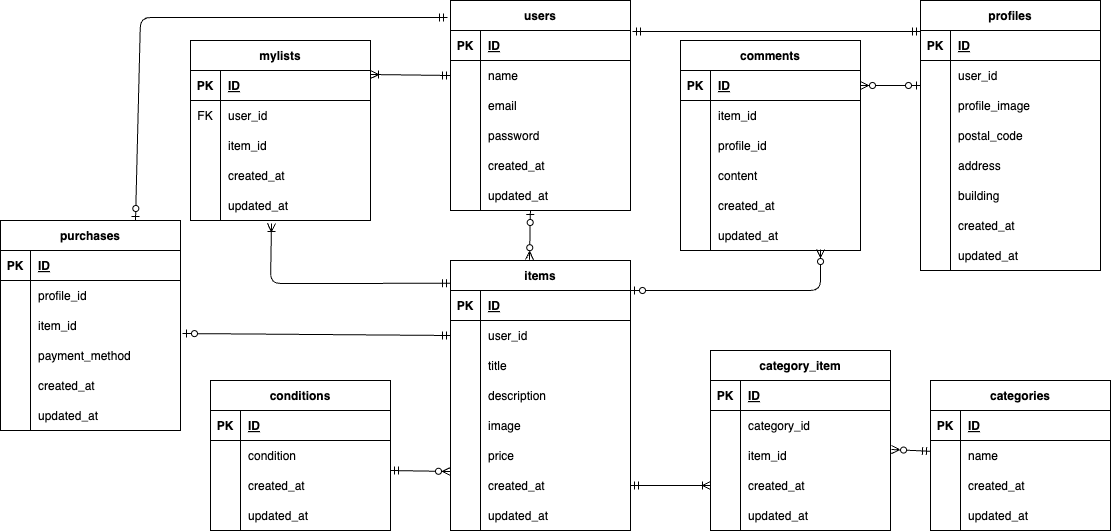
This is marketplace-app.drawio.png from saaya0401/marketplace-app, a draw.io export, as it was before one commit. Source tidied: cells renumbered, new cells last; positions are measured from the earlier drawing's top-left corner, leaving out a move shared by most shapes.
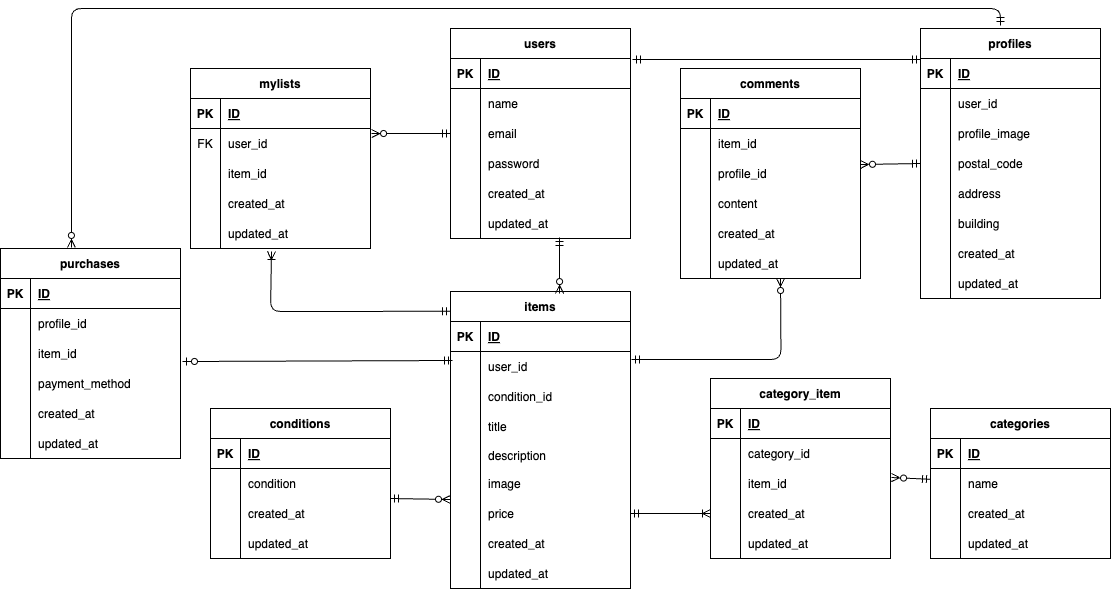
The same file after the commit.

What changed in the source:
```diff
@@ -183,7 +183,7 @@
       <mxGeometry x="30" width="150" height="30" as="geometry" />
     </mxCell>
     <mxCell id="62" value="items" style="shape=table;startSize=30;rowLines=0;fontStyle=1;align=center;" parent="1" vertex="1">
-      <mxGeometry x="450" y="260" width="180" height="270" as="geometry" />
+      <mxGeometry x="450" y="263" width="180" height="297" as="geometry" />
     </mxCell>
     <mxCell id="63" style="shape=tableRow;horizontal=0;startSize=0;swimlaneHead=0;swimlaneBody=0;fillColor=none;top=0;left=0;right=0;bottom=1;" parent="62" vertex="1">
       <mxGeometry y="30" width="180" height="30" as="geometry" />
@@ -209,7 +209,7 @@
     <mxCell id="70" style="shape=partialRectangle;fillColor=none;top=0;left=0;bottom=0;right=0;overflow=hidden;" parent="69" vertex="1">
       <mxGeometry width="30" height="30" as="geometry" />
     </mxCell>
-    <mxCell id="71" value="title" style="shape=partialRectangle;fillColor=none;top=0;left=0;bottom=0;right=0;align=left;spacingLeft=6;overflow=hidden;" parent="69" vertex="1">
+    <mxCell id="71" value="condition_id" style="shape=partialRectangle;fillColor=none;top=0;left=0;bottom=0;right=0;align=left;spacingLeft=6;overflow=hidden;" parent="69" vertex="1">
       <mxGeometry x="30" width="150" height="30" as="geometry" />
     </mxCell>
     <mxCell id="72" style="shape=tableRow;horizontal=0;startSize=0;swimlaneHead=0;swimlaneBody=0;fillColor=none;top=0;left=0;right=0;bottom=0;" parent="62" vertex="1">
@@ -218,45 +218,54 @@
     <mxCell id="73" style="shape=partialRectangle;fillColor=none;top=0;left=0;bottom=0;right=0;overflow=hidden;" parent="72" vertex="1">
       <mxGeometry width="30" height="30" as="geometry" />
     </mxCell>
-    <mxCell id="74" value="description" style="shape=partialRectangle;fillColor=none;top=0;left=0;bottom=0;right=0;align=left;spacingLeft=6;overflow=hidden;" parent="72" vertex="1">
+    <mxCell id="74" value="title" style="shape=partialRectangle;fillColor=none;top=0;left=0;bottom=0;right=0;align=left;spacingLeft=6;overflow=hidden;" parent="72" vertex="1">
       <mxGeometry x="30" width="150" height="30" as="geometry" />
     </mxCell>
     <mxCell id="75" style="shape=tableRow;horizontal=0;startSize=0;swimlaneHead=0;swimlaneBody=0;fillColor=none;top=0;left=0;right=0;bottom=0;" parent="62" vertex="1">
-      <mxGeometry y="150" width="180" height="30" as="geometry" />
+      <mxGeometry y="150" width="180" height="27" as="geometry" />
     </mxCell>
     <mxCell id="76" style="shape=partialRectangle;fillColor=none;top=0;left=0;bottom=0;right=0;overflow=hidden;" parent="75" vertex="1">
-      <mxGeometry width="30" height="30" as="geometry" />
+      <mxGeometry width="30" height="27" as="geometry" />
     </mxCell>
-    <mxCell id="77" value="image" style="shape=partialRectangle;fillColor=none;top=0;left=0;bottom=0;right=0;align=left;spacingLeft=6;overflow=hidden;" parent="75" vertex="1">
-      <mxGeometry x="30" width="150" height="30" as="geometry" />
+    <mxCell id="77" value="description" style="shape=partialRectangle;fillColor=none;top=0;left=0;bottom=0;right=0;align=left;spacingLeft=6;overflow=hidden;" parent="75" vertex="1">
+      <mxGeometry x="30" width="150" height="27" as="geometry" />
     </mxCell>
     <mxCell id="78" style="shape=tableRow;horizontal=0;startSize=0;swimlaneHead=0;swimlaneBody=0;fillColor=none;top=0;left=0;right=0;bottom=0;" parent="62" vertex="1">
-      <mxGeometry y="180" width="180" height="30" as="geometry" />
+      <mxGeometry y="177" width="180" height="30" as="geometry" />
     </mxCell>
     <mxCell id="79" style="shape=partialRectangle;fillColor=none;top=0;left=0;bottom=0;right=0;overflow=hidden;" parent="78" vertex="1">
       <mxGeometry width="30" height="30" as="geometry" />
     </mxCell>
-    <mxCell id="80" value="price" style="shape=partialRectangle;fillColor=none;top=0;left=0;bottom=0;right=0;align=left;spacingLeft=6;overflow=hidden;" parent="78" vertex="1">
+    <mxCell id="80" value="image" style="shape=partialRectangle;fillColor=none;top=0;left=0;bottom=0;right=0;align=left;spacingLeft=6;overflow=hidden;" parent="78" vertex="1">
       <mxGeometry x="30" width="150" height="30" as="geometry" />
     </mxCell>
     <mxCell id="81" style="shape=tableRow;horizontal=0;startSize=0;swimlaneHead=0;swimlaneBody=0;fillColor=none;points=[[0,0.5],[1,0.5]];portConstraint=eastwest;top=0;left=0;right=0;bottom=0;" parent="62" vertex="1">
-      <mxGeometry y="210" width="180" height="30" as="geometry" />
+      <mxGeometry y="207" width="180" height="30" as="geometry" />
     </mxCell>
     <mxCell id="82" style="shape=partialRectangle;fillColor=none;top=0;left=0;bottom=0;right=0;overflow=hidden;" parent="81" vertex="1">
       <mxGeometry width="30" height="30" as="geometry" />
     </mxCell>
-    <mxCell id="83" value="created_at" style="shape=partialRectangle;fillColor=none;top=0;left=0;bottom=0;right=0;align=left;spacingLeft=6;overflow=hidden;" parent="81" vertex="1">
+    <mxCell id="83" value="price" style="shape=partialRectangle;fillColor=none;top=0;left=0;bottom=0;right=0;align=left;spacingLeft=6;overflow=hidden;" parent="81" vertex="1">
       <mxGeometry x="30" width="150" height="30" as="geometry" />
     </mxCell>
     <mxCell id="84" style="shape=tableRow;horizontal=0;startSize=0;swimlaneHead=0;swimlaneBody=0;fillColor=none;top=0;left=0;right=0;bottom=0;" parent="62" vertex="1">
-      <mxGeometry y="240" width="180" height="30" as="geometry" />
+      <mxGeometry y="237" width="180" height="30" as="geometry" />
     </mxCell>
     <mxCell id="85" style="shape=partialRectangle;fillColor=none;top=0;left=0;bottom=0;right=0;overflow=hidden;" parent="84" vertex="1">
       <mxGeometry width="30" height="30" as="geometry" />
     </mxCell>
-    <mxCell id="86" value="updated_at" style="shape=partialRectangle;fillColor=none;top=0;left=0;bottom=0;right=0;align=left;spacingLeft=6;overflow=hidden;" parent="84" vertex="1">
+    <mxCell id="86" style="shape=partialRectangle;fillColor=none;top=0;left=0;bottom=0;right=0;align=left;spacingLeft=6;overflow=hidden;" parent="84" vertex="1">
       <mxGeometry x="30" width="150" height="30" as="geometry" />
     </mxCell>
+    <mxCell id="178" style="shape=tableRow;horizontal=0;startSize=0;swimlaneHead=0;swimlaneBody=0;fillColor=none;top=0;left=0;right=0;bottom=0;" parent="62" vertex="1">
+      <mxGeometry y="267" width="180" height="30" as="geometry" />
+    </mxCell>
+    <mxCell id="179" style="shape=partialRectangle;fillColor=none;top=0;left=0;bottom=0;right=0;overflow=hidden;" parent="178" vertex="1">
+      <mxGeometry width="30" height="30" as="geometry" />
+    </mxCell>
+    <mxCell id="180" value="updated_at" style="shape=partialRectangle;fillColor=none;top=0;left=0;bottom=0;right=0;align=left;spacingLeft=6;overflow=hidden;" parent="178" vertex="1">
+      <mxGeometry x="30" width="150" height="30" as="geometry" />
+    </mxCell>
     <mxCell id="87" value="comments" style="shape=table;startSize=30;rowLines=0;fontStyle=1;align=center;" parent="1" vertex="1">
       <mxGeometry x="680" y="40" width="180" height="210" as="geometry" />
     </mxCell>
@@ -458,15 +467,6 @@
     <mxCell id="153" value="updated_at" style="shape=partialRectangle;fillColor=none;top=0;left=0;bottom=0;right=0;align=left;spacingLeft=6;overflow=hidden;" parent="151" vertex="1">
       <mxGeometry x="30" width="150" height="30" as="geometry" />
     </mxCell>
-    <mxCell id="154" style="fontSize=12;html=1;endArrow=ERzeroToMany;startArrow=ERzeroToOne;exitX=0;exitY=0.833;exitDx=0;exitDy=0;entryX=1;entryY=0.5;entryDx=0;entryDy=0;exitPerimeter=0;" parent="1" edge="1" source="41" target="88">
-      <mxGeometry relative="1" as="geometry" />
-    </mxCell>
-    <mxCell id="155" style="fontSize=12;html=1;endArrow=ERzeroToMany;startArrow=ERzeroToOne;exitX=0.444;exitY=1;exitDx=0;exitDy=0;exitPerimeter=0;entryX=0.439;entryY=-0.003;entryDx=0;entryDy=0;entryPerimeter=0;" parent="1" edge="1" source="18" target="62">
-      <mxGeometry relative="1" as="geometry" />
-    </mxCell>
-    <mxCell id="156" style="fontSize=12;html=1;endArrow=ERoneToMany;startArrow=ERmandOne;exitX=0;exitY=0.5;exitDx=0;exitDy=0;entryX=1;entryY=0.133;entryDx=0;entryDy=0;entryPerimeter=0;" parent="1" edge="1" source="6" target="22">
-      <mxGeometry relative="1" as="geometry" />
-    </mxCell>
     <mxCell id="157" style="fontSize=12;html=1;endArrow=ERoneToMany;startArrow=ERmandOne;entryX=0;entryY=0.5;entryDx=0;entryDy=0;exitX=1;exitY=0.5;exitDx=0;exitDy=0;" parent="1" edge="1" source="81" target="129">
       <mxGeometry relative="1" as="geometry">
         <Array as="points">
@@ -477,24 +477,9 @@
     <mxCell id="158" style="fontSize=12;html=1;endArrow=ERzeroToMany;startArrow=ERmandOne;entryX=1.006;entryY=0.3;entryDx=0;entryDy=0;entryPerimeter=0;" parent="1" edge="1" source="110" target="126">
       <mxGeometry relative="1" as="geometry" />
     </mxCell>
-    <mxCell id="159" style="fontSize=12;html=1;endArrow=ERzeroToMany;startArrow=ERzeroToOne;entryX=0.778;entryY=0.967;entryDx=0;entryDy=0;entryPerimeter=0;" parent="1" edge="1" target="103">
-      <mxGeometry relative="1" as="geometry">
-        <mxPoint x="630" y="290" as="sourcePoint" />
-        <Array as="points">
-          <mxPoint x="820" y="290" />
-        </Array>
-      </mxGeometry>
-    </mxCell>
-    <mxCell id="160" style="fontSize=12;html=1;endArrow=ERzeroToOne;startArrow=ERmandOne;entryX=1.011;entryY=0.767;entryDx=0;entryDy=0;entryPerimeter=0;exitX=0;exitY=0.5;exitDx=0;exitDy=0;" parent="1" edge="1" source="66" target="142">
+    <mxCell id="160" style="fontSize=12;html=1;endArrow=ERzeroToOne;startArrow=ERmandOne;entryX=1.011;entryY=0.767;entryDx=0;entryDy=0;entryPerimeter=0;exitX=0.011;exitY=0.3;exitDx=0;exitDy=0;exitPerimeter=0;" parent="1" edge="1" source="66" target="142">
       <mxGeometry relative="1" as="geometry" />
     </mxCell>
-    <mxCell id="161" style="fontSize=12;html=1;endArrow=ERzeroToOne;startArrow=ERmandOne;exitX=-0.017;exitY=0.081;exitDx=0;exitDy=0;exitPerimeter=0;entryX=0.75;entryY=0;entryDx=0;entryDy=0;" parent="1" edge="1" source="2" target="135">
-      <mxGeometry relative="1" as="geometry">
-        <Array as="points">
-          <mxPoint x="140" y="17" />
-        </Array>
-      </mxGeometry>
-    </mxCell>
     <mxCell id="162" style="fontSize=12;html=1;endArrow=ERoneToMany;startArrow=ERmandOne;entryX=0.45;entryY=1.1;entryDx=0;entryDy=0;entryPerimeter=0;" parent="1" edge="1" target="34">
       <mxGeometry relative="1" as="geometry">
         <mxPoint x="450" y="282.8" as="sourcePoint" />
@@ -548,5 +533,30 @@
     <mxCell id="177" style="fontSize=12;html=1;endArrow=ERzeroToMany;startArrow=ERmandOne;entryX=0;entryY=0.033;entryDx=0;entryDy=0;entryPerimeter=0;exitX=1;exitY=0;exitDx=0;exitDy=0;exitPerimeter=0;" parent="1" edge="1" source="171" target="81">
       <mxGeometry relative="1" as="geometry" />
     </mxCell>
+    <mxCell id="181" value="created_at" style="shape=partialRectangle;fillColor=none;top=0;left=0;bottom=0;right=0;align=left;spacingLeft=6;overflow=hidden;" parent="1" vertex="1">
+      <mxGeometry x="480" y="500" width="150" height="30" as="geometry" />
+    </mxCell>
+    <mxCell id="182" style="fontSize=12;html=1;endArrow=ERzeroToMany;startArrow=ERmandOne;exitX=0;exitY=0.5;exitDx=0;exitDy=0;entryX=1.006;entryY=0.167;entryDx=0;entryDy=0;entryPerimeter=0;" parent="1" edge="1" source="9" target="25">
+      <mxGeometry relative="1" as="geometry" />
+    </mxCell>
+    <mxCell id="183" style="edgeStyle=orthogonalEdgeStyle;fontSize=12;html=1;endArrow=ERzeroToMany;startArrow=ERmandOne;entryX=0.394;entryY=-0.005;entryDx=0;entryDy=0;entryPerimeter=0;exitX=0.444;exitY=-0.011;exitDx=0;exitDy=0;exitPerimeter=0;" parent="1" edge="1" source="37" target="135">
+      <mxGeometry relative="1" as="geometry">
+        <Array as="points">
+          <mxPoint x="1000" y="-20" />
+          <mxPoint x="71" y="-20" />
+        </Array>
+      </mxGeometry>
+    </mxCell>
+    <mxCell id="155" style="fontSize=12;html=1;endArrow=ERzeroToMany;startArrow=ERmandOne;exitX=0.606;exitY=0.967;exitDx=0;exitDy=0;exitPerimeter=0;entryX=0.606;entryY=0.007;entryDx=0;entryDy=0;entryPerimeter=0;" parent="1" edge="1" source="18" target="62">
+      <mxGeometry relative="1" as="geometry" />
+    </mxCell>
+    <mxCell id="184" style="edgeStyle=orthogonalEdgeStyle;fontSize=12;html=1;endArrow=ERzeroToMany;startArrow=ERmandOne;exitX=1.006;exitY=0.267;exitDx=0;exitDy=0;exitPerimeter=0;" parent="1" edge="1" source="66">
+      <mxGeometry relative="1" as="geometry">
+        <mxPoint x="780" y="250" as="targetPoint" />
+      </mxGeometry>
+    </mxCell>
+    <mxCell id="185" style="fontSize=12;html=1;endArrow=ERzeroToMany;startArrow=ERmandOne;exitX=0;exitY=0.5;exitDx=0;exitDy=0;entryX=1;entryY=0.2;entryDx=0;entryDy=0;entryPerimeter=0;" parent="1" edge="1" source="47" target="94">
+      <mxGeometry relative="1" as="geometry" />
+    </mxCell>
   </root>
 </mxGraphModel>
```
